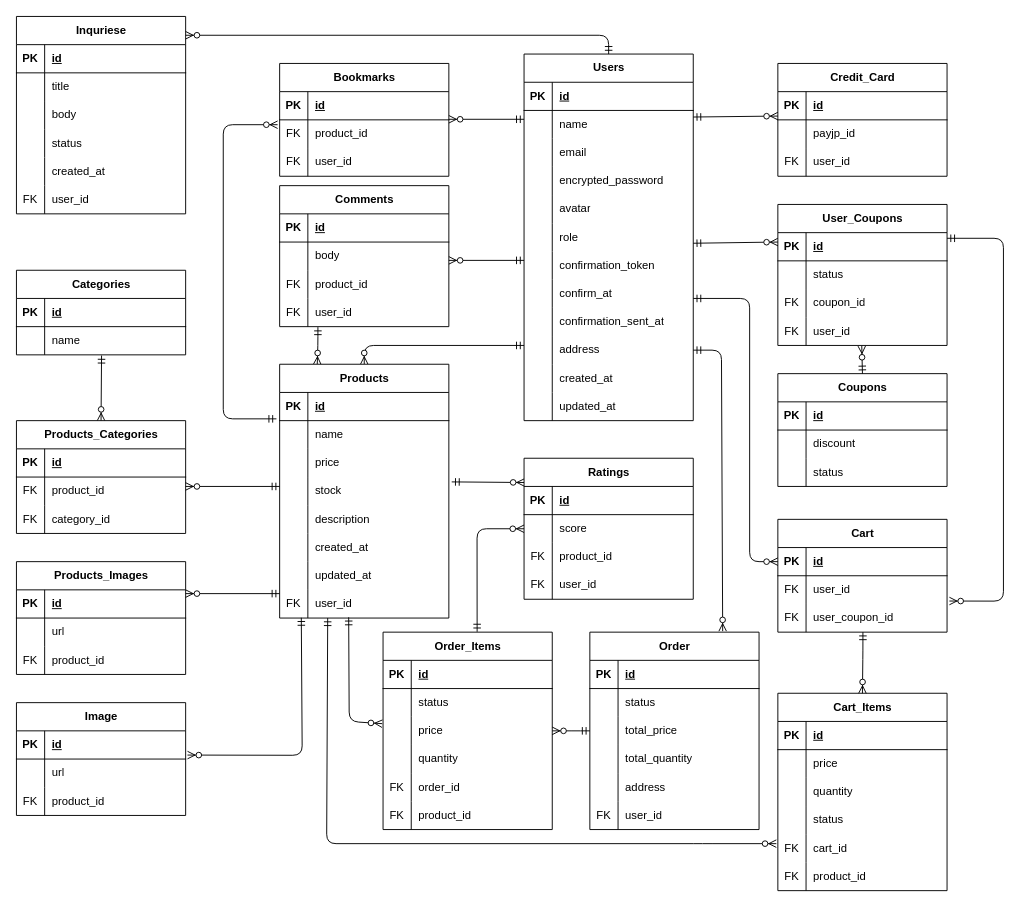
This is backend/database_model_er.dio from abe-yusuke-6706/enviroment-to-try, a draw.io file, before an edit. Source tidied: cells renumbered, new cells numbered last; positions are measured from the earlier drawing's top-left corner, leaving out a move shared by most shapes. Both pictures are drawn from the tidied source at 94%, with x=0, y=0 at pixel (16, 16).
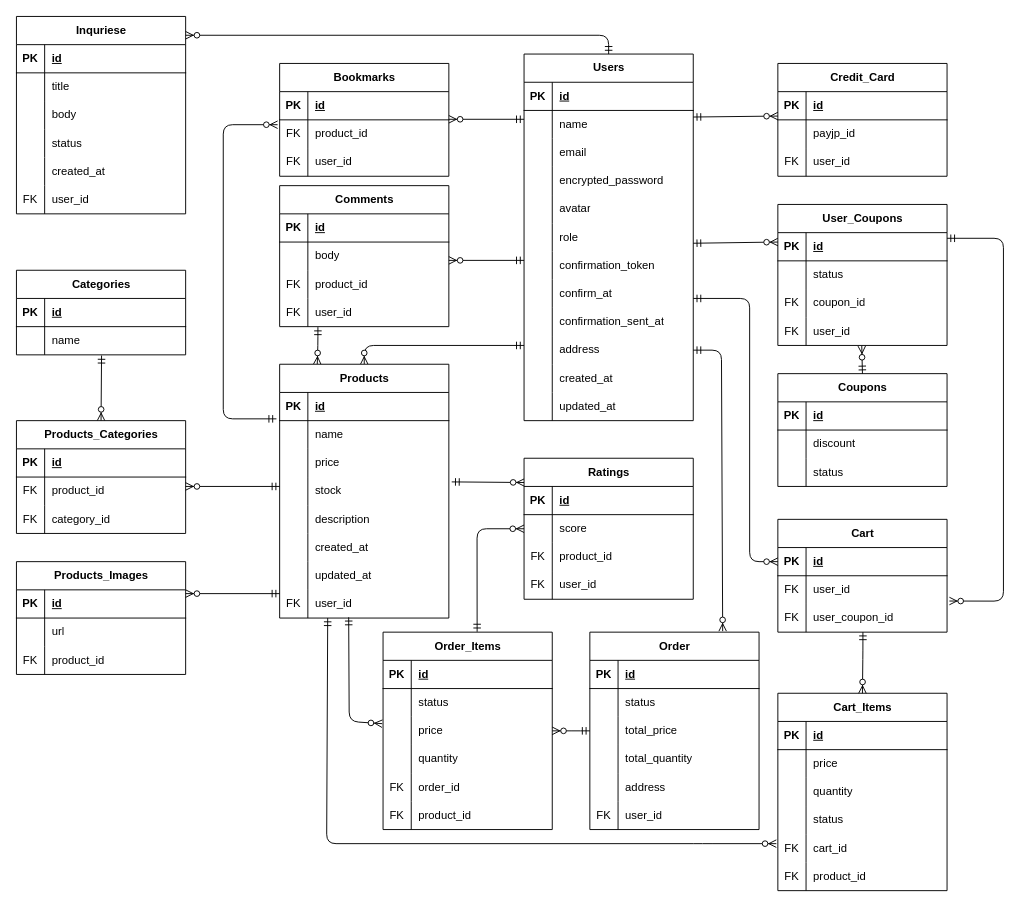
The same page after the edit.

The change refers to these unchanged cells:
```xml
<mxCell id="97" style="shape=tableRow;horizontal=0;startSize=0;swimlaneHead=0;swimlaneBody=0;fillColor=none;points=[[0,0.5],[1,0.5]];portConstraint=eastwest;top=0;left=0;right=0;bottom=0;" parent="75" vertex="1">
  <mxGeometry y="240" width="180" height="30" as="geometry" />
</mxCell>
```

What changed in the source:
```diff
@@
-    <mxCell id="267" value="Image" style="shape=table;startSize=30;childLayout=tableLayout;rowLines=0;fontStyle=1;align=center;html=1;" parent="1" vertex="1">
-      <mxGeometry y="730" width="180" height="120" as="geometry" />
-    </mxCell>
-    <mxCell id="268" style="shape=tableRow;horizontal=0;startSize=0;swimlaneHead=0;swimlaneBody=0;fillColor=none;top=0;left=0;right=0;bottom=1;" parent="267" vertex="1">
-      <mxGeometry y="30" width="180" height="30" as="geometry" />
-    </mxCell>
-    <mxCell id="269" value="PK" style="shape=partialRectangle;fillColor=none;top=0;left=0;bottom=0;right=0;fontStyle=1;overflow=hidden;whiteSpace=wrap;html=1;" parent="268" vertex="1">
-      <mxGeometry width="30" height="30" as="geometry" />
-    </mxCell>
-    <mxCell id="270" value="id" style="shape=partialRectangle;fillColor=none;top=0;left=0;bottom=0;right=0;align=left;spacingLeft=6;fontStyle=5;overflow=hidden;whiteSpace=wrap;html=1;" parent="268" vertex="1">
-      <mxGeometry x="30" width="150" height="30" as="geometry" />
-    </mxCell>
-    <mxCell id="271" style="shape=tableRow;horizontal=0;startSize=0;swimlaneHead=0;swimlaneBody=0;fillColor=none;points=[[0,0.5],[1,0.5]];portConstraint=eastwest;top=0;left=0;right=0;bottom=0;" parent="267" vertex="1">
-      <mxGeometry y="60" width="180" height="30" as="geometry" />
-    </mxCell>
-    <mxCell id="272" style="shape=partialRectangle;fillColor=none;top=0;left=0;bottom=0;right=0;overflow=hidden;whiteSpace=wrap;html=1;" parent="271" vertex="1">
-      <mxGeometry width="30" height="30" as="geometry" />
-    </mxCell>
-    <mxCell id="273" value="url" style="shape=partialRectangle;fillColor=none;top=0;left=0;bottom=0;right=0;align=left;spacingLeft=6;overflow=hidden;whiteSpace=wrap;html=1;" parent="271" vertex="1">
-      <mxGeometry x="30" width="150" height="30" as="geometry" />
-    </mxCell>
-    <mxCell id="274" style="shape=tableRow;horizontal=0;startSize=0;swimlaneHead=0;swimlaneBody=0;fillColor=none;top=0;left=0;right=0;bottom=0;" parent="267" vertex="1">
-      <mxGeometry y="90" width="180" height="30" as="geometry" />
-    </mxCell>
-    <mxCell id="275" value="FK" style="shape=partialRectangle;fillColor=none;top=0;left=0;bottom=0;right=0;overflow=hidden;whiteSpace=wrap;html=1;" parent="274" vertex="1">
-      <mxGeometry width="30" height="30" as="geometry" />
-    </mxCell>
-    <mxCell id="276" value="&lt;span style=&quot;color: rgb(0, 0, 0);&quot;&gt;product_id&lt;/span&gt;" style="shape=partialRectangle;fillColor=none;top=0;left=0;bottom=0;right=0;align=left;spacingLeft=6;overflow=hidden;whiteSpace=wrap;html=1;" parent="274" vertex="1">
-      <mxGeometry x="30" width="150" height="30" as="geometry" />
-    </mxCell>
-    <mxCell id="277" style="fontSize=12;html=1;endArrow=ERzeroToMany;startArrow=ERmandOne;elbow=vertical;exitX=0.128;exitY=0.989;exitDx=0;exitDy=0;exitPerimeter=0;entryX=1.011;entryY=-0.141;entryDx=0;entryDy=0;entryPerimeter=0;" parent="1" edge="1" source="97" target="271">
-      <mxGeometry relative="1" as="geometry">
-        <Array as="points">
-          <mxPoint x="304" y="786" />
-        </Array>
-      </mxGeometry>
-    </mxCell>
```
